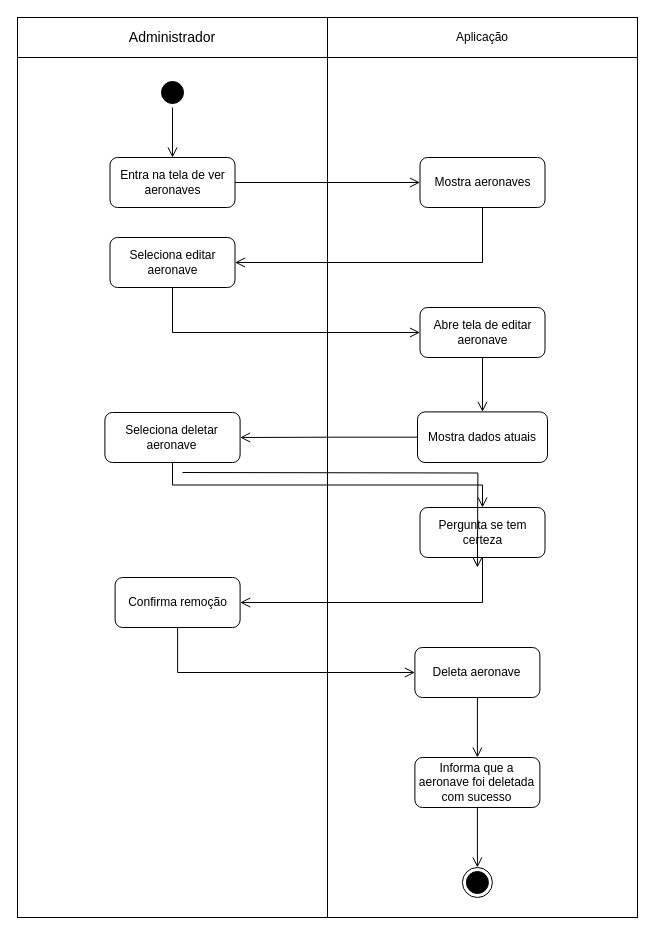
Above: Diagramas/Eng_de_Software/Modelos/Atividade/Delete_Aeronave.drawio in GabrielGMori/trabalho-conclus-o-ano (draw.io), before the change. Source tidied: cells renumbered, new cells numbered last; positions are measured from the earlier drawing's top-left corner, leaving out a move shared by most shapes. Both pictures are drawn from the tidied source at 100%, with x=0, y=0 at pixel (17, 17).
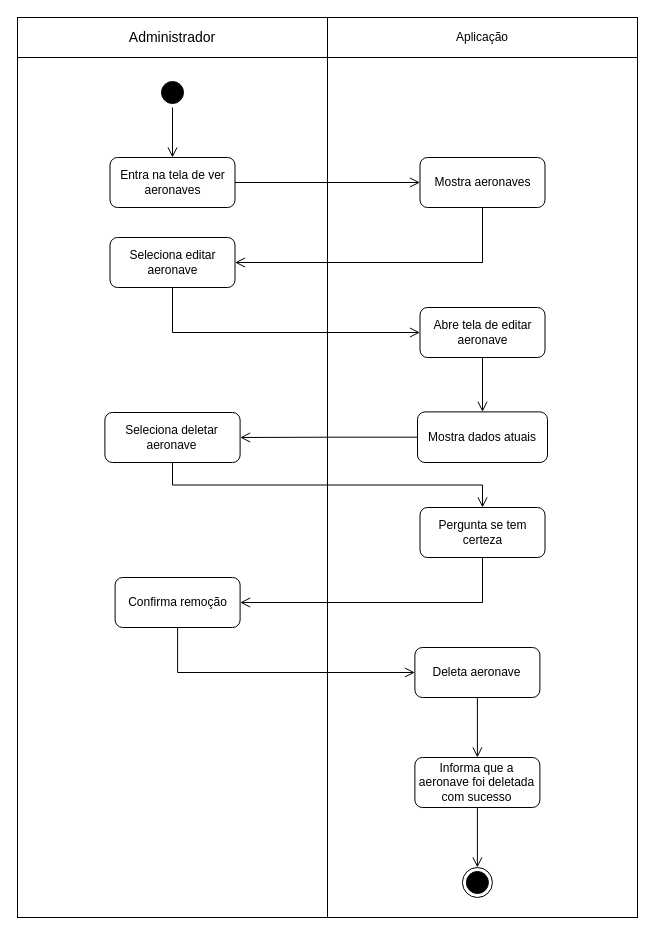
Above is the later version.

Diff of the diagram source:
```diff
@@
-    <mxCell id="29" style="edgeStyle=orthogonalEdgeStyle;html=1;verticalAlign=bottom;endArrow=open;endSize=8;strokeColor=#000000;rounded=0;entryX=0.5;entryY=0;entryDx=0;entryDy=0;exitX=0.5;exitY=1;exitDx=0;exitDy=0;" parent="1" edge="1">
-      <mxGeometry relative="1" as="geometry">
-        <mxPoint x="165" y="455" as="sourcePoint" />
-        <mxPoint x="459.9" y="550" as="targetPoint" />
-      </mxGeometry>
-    </mxCell>
```
